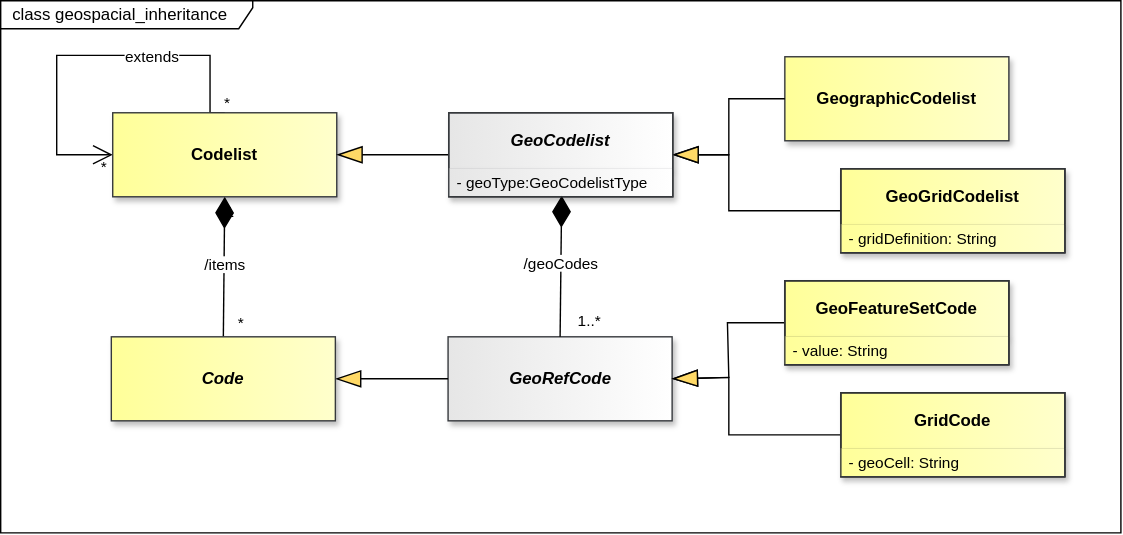
Earlier version of the draw.io export docs/information_model/media/sdmx_geospatial-geospatial_inheritance.svg (sdmx-twg/sdmx-im). Source tidied: cells renumbered, new cells last; positions are measured from the earlier drawing's top-left corner, leaving out a move shared by most shapes.
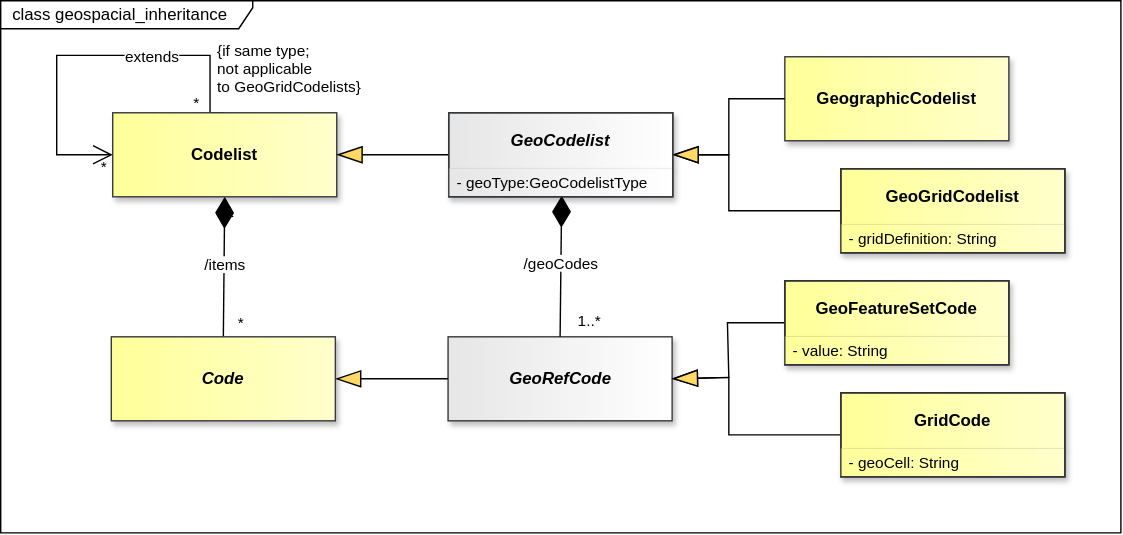
Above is the later version.

What changed in the source:
```diff
@@ -43,8 +43,13 @@
         <mxPoint x="30" y="61" as="offset" />
       </mxGeometry>
     </mxCell>
+    <mxCell id="38" value="{if same type;&lt;br&gt;not applicable&amp;nbsp;&lt;div&gt;t&lt;span style=&quot;background-color: transparent; color: light-dark(#000000, var(--ge-light-color, #ffffff));&quot;&gt;o GeoGridCodelists}&lt;/span&gt;&lt;/div&gt;" style="edgeLabel;html=1;align=left;verticalAlign=middle;defaultLabelBackgroundColor=gap;" parent="10" vertex="1">
+      <mxGeometry x="-0.7" y="-1" relative="1" as="geometry">
+        <mxPoint x="2" y="-1" as="offset" />
+      </mxGeometry>
+    </mxCell>
     <mxCell id="12" value="*" style="edgeLabel;html=1;align=left;verticalAlign=top;labelBackgroundColor=none;fontColor=light-dark(#000000,#FFFFFF);" parent="1" vertex="1">
-      <mxGeometry x="135" y="57" as="geometry">
+      <mxGeometry x="113" y="57" as="geometry">
         <mxPoint x="23" y="3" as="offset" />
       </mxGeometry>
     </mxCell>
```
